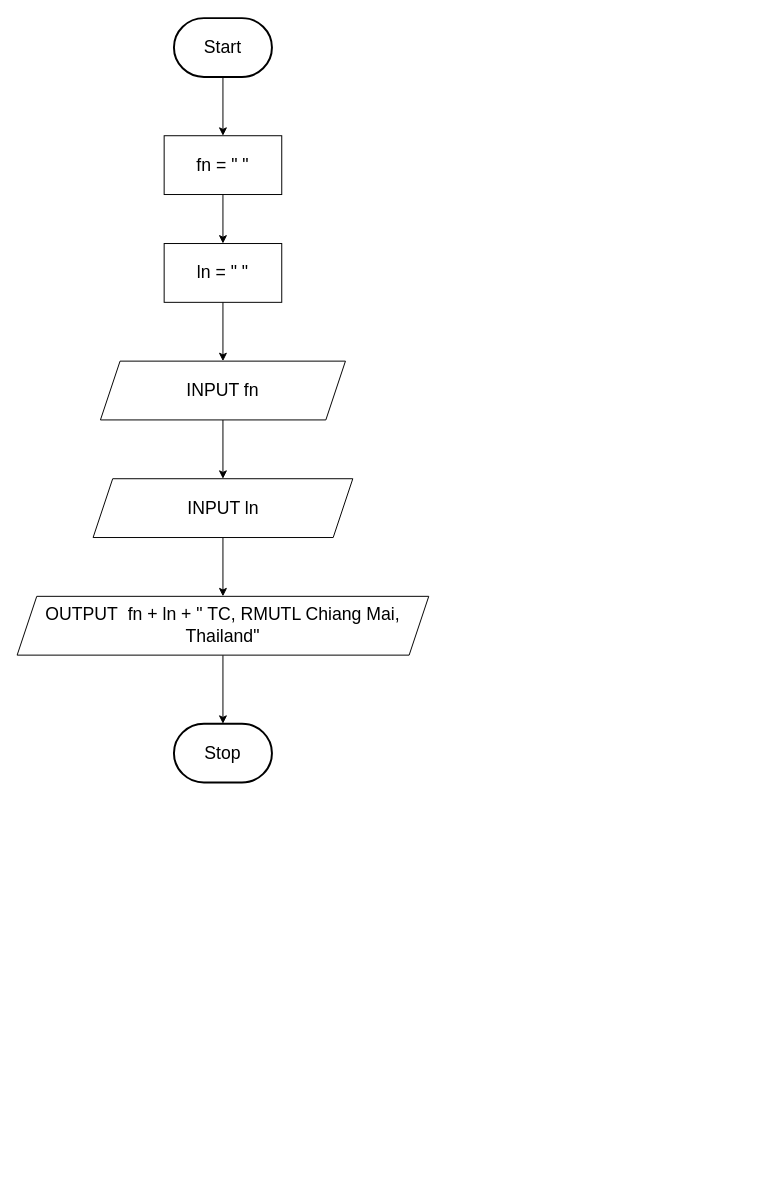
Earlier version of the draw.io diagram Homework/HW01/hw01-3.drawio (sarawut5555/ENGCE117). Source tidied: cells renumbered, new cells numbered last; positions are measured from the earlier drawing's top-left corner, leaving out a move shared by most shapes. Both pictures are drawn from the tidied source at 98%, with x=0, y=0 at pixel (17, 18).
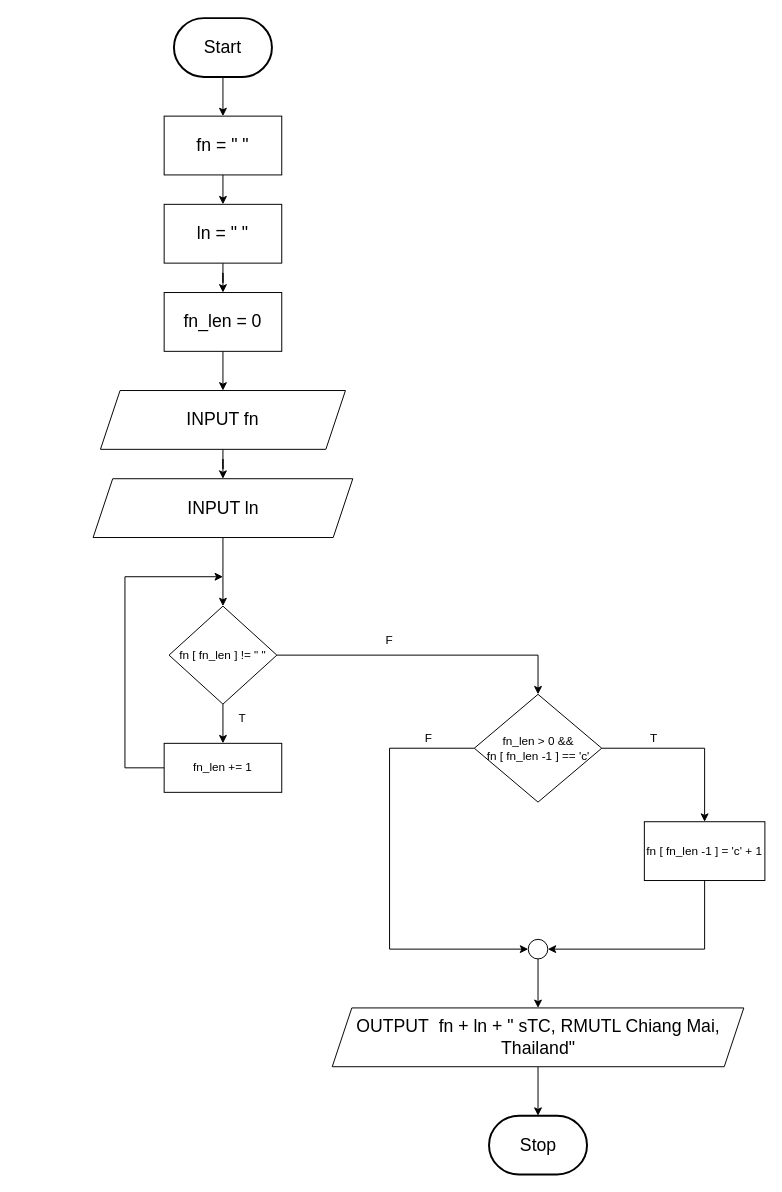
The same page after the edit.

The change refers to these unchanged cells:
```xml
<mxCell id="7" value="INPUT ln" style="shape=parallelogram;perimeter=parallelogramPerimeter;whiteSpace=wrap;html=1;fixedSize=1;fontSize=18;" parent="1" vertex="1">
  <mxGeometry x="77.5" y="470" width="265" height="60" as="geometry" />
</mxCell>
```

The edit, as a diff of the source:
```diff
@@
     <mxCell id="3" value="Stop" style="strokeWidth=2;html=1;shape=mxgraph.flowchart.terminator;whiteSpace=wrap;fontSize=18;" parent="1" vertex="1">
-      <mxGeometry x="160" y="720" width="100" height="60" as="geometry" />
+      <mxGeometry x="481.5" y="1120" width="100" height="60" as="geometry" />
     </mxCell>
@@
     <mxCell id="5" value="INPUT fn" style="shape=parallelogram;perimeter=parallelogramPerimeter;whiteSpace=wrap;html=1;fixedSize=1;fontSize=18;" parent="1" vertex="1">
-      <mxGeometry x="85" y="350" width="250" height="60" as="geometry" />
+      <mxGeometry x="85" y="380" width="250" height="60" as="geometry" />
     </mxCell>
-    <mxCell id="6" style="edgeStyle=orthogonalEdgeStyle;rounded=0;jettySize=auto;html=1;" parent="1" edge="1" source="7" target="9">
-      <mxGeometry relative="1" as="geometry" />
-    </mxCell>
+    <mxCell id="15" style="edgeStyle=orthogonalEdgeStyle;rounded=0;jettySize=auto;html=1;entryX=0.5;entryY=0;entryDx=0;entryDy=0;" parent="1" edge="1" source="7" target="21">
+      <mxGeometry relative="1" as="geometry" />
+    </mxCell>
@@
-    <mxCell id="9" value="&lt;font style=&quot;font-size: 18px;&quot;&gt;OUTPUT&amp;nbsp; fn + ln + &quot; TC, RMUTL Chiang Mai, Thailand&quot;&lt;/font&gt;" style="shape=parallelogram;perimeter=parallelogramPerimeter;whiteSpace=wrap;html=1;fixedSize=1;fontSize=18;" parent="1" vertex="1">
-      <mxGeometry y="590" width="420" height="60" as="geometry" />
+    <mxCell id="9" value="&lt;font style=&quot;font-size: 18px;&quot;&gt;OUTPUT&amp;nbsp; fn + ln + &quot; sTC, RMUTL Chiang Mai, Thailand&quot;&lt;/font&gt;" style="shape=parallelogram;perimeter=parallelogramPerimeter;whiteSpace=wrap;html=1;fixedSize=1;fontSize=18;" parent="1" vertex="1">
+      <mxGeometry x="321.5" y="1010" width="420" height="60" as="geometry" />
     </mxCell>
     <mxCell id="10" value="fn = &quot; &quot;" style="rounded=0;whiteSpace=wrap;html=1;fontSize=18;" parent="1" vertex="1">
-      <mxGeometry x="150" y="120" width="120" height="60" as="geometry" />
+      <mxGeometry x="150" y="100" width="120" height="60" as="geometry" />
     </mxCell>
+    <mxCell id="16" style="edgeStyle=orthogonalEdgeStyle;rounded=0;jettySize=auto;html=1;entryX=0.5;entryY=0;entryDx=0;entryDy=0;" parent="1" edge="1" source="11" target="18">
+      <mxGeometry relative="1" as="geometry" />
+    </mxCell>
     <mxCell id="11" value="ln = &quot; &quot;" style="rounded=0;whiteSpace=wrap;html=1;fontSize=18;" parent="1" vertex="1">
-      <mxGeometry x="150" y="230" width="120" height="60" as="geometry" />
+      <mxGeometry x="150" y="190" width="120" height="60" as="geometry" />
     </mxCell>
@@
-    <mxCell id="14" style="endArrow=classic;html=1;rounded=0;entryX=0.5;entryY=0;entryDx=0;entryDy=0;exitX=0.5;exitY=1;exitDx=0;exitDy=0;" parent="1" edge="1" source="11" target="5">
-      <mxGeometry relative="1" as="geometry" />
-    </mxCell>
+    <mxCell id="17" style="edgeStyle=orthogonalEdgeStyle;rounded=0;jettySize=auto;html=1;entryX=0.5;entryY=0;entryDx=0;entryDy=0;" parent="1" edge="1" source="18" target="5">
+      <mxGeometry relative="1" as="geometry" />
+    </mxCell>
+    <mxCell id="18" value="fn_len = 0" style="rounded=0;whiteSpace=wrap;html=1;fontSize=18;" parent="1" vertex="1">
+      <mxGeometry x="150" y="280" width="120" height="60" as="geometry" />
+    </mxCell>
+    <mxCell id="19" style="edgeStyle=orthogonalEdgeStyle;rounded=0;jettySize=auto;html=1;entryX=0.5;entryY=0;entryDx=0;entryDy=0;" parent="1" edge="1" source="21" target="23">
+      <mxGeometry relative="1" as="geometry" />
+    </mxCell>
+    <mxCell id="20" style="edgeStyle=orthogonalEdgeStyle;rounded=0;jettySize=auto;html=1;entryX=0.5;entryY=0;entryDx=0;entryDy=0;" parent="1" edge="1" source="21" target="26">
+      <mxGeometry relative="1" as="geometry" />
+    </mxCell>
+    <mxCell id="21" value="fn [ fn_len ] != &quot; &quot;" style="rhombus;whiteSpace=wrap;html=1;" parent="1" vertex="1">
+      <mxGeometry x="155" y="600" width="110" height="100" as="geometry" />
+    </mxCell>
+    <mxCell id="22" style="edgeStyle=orthogonalEdgeStyle;rounded=0;jettySize=auto;html=1;" parent="1" edge="1" source="23">
+      <mxGeometry relative="1" as="geometry">
+        <mxPoint x="210" y="570" as="targetPoint" />
+        <Array as="points">
+          <mxPoint x="110" y="765" />
+          <mxPoint x="110" y="570" />
+        </Array>
+      </mxGeometry>
+    </mxCell>
+    <mxCell id="23" value="fn_len += 1" style="rounded=0;whiteSpace=wrap;html=1;" parent="1" vertex="1">
+      <mxGeometry x="150" y="740" width="120" height="50" as="geometry" />
+    </mxCell>
+    <mxCell id="24" style="edgeStyle=orthogonalEdgeStyle;rounded=0;jettySize=auto;html=1;entryX=0.5;entryY=0;entryDx=0;entryDy=0;exitX=1;exitY=0.5;exitDx=0;exitDy=0;" parent="1" edge="1" source="26" target="28">
+      <mxGeometry relative="1" as="geometry" />
+    </mxCell>
+    <mxCell id="25" style="edgeStyle=orthogonalEdgeStyle;rounded=0;jettySize=auto;html=1;entryX=0;entryY=0.5;entryDx=0;entryDy=0;exitX=0;exitY=0.5;exitDx=0;exitDy=0;" parent="1" edge="1" source="26" target="30">
+      <mxGeometry relative="1" as="geometry">
+        <Array as="points">
+          <mxPoint x="380" y="745" />
+          <mxPoint x="380" y="950" />
+        </Array>
+      </mxGeometry>
+    </mxCell>
+    <mxCell id="26" value="fn_len &amp;gt; 0 &amp;amp;&amp;amp; &lt;br&gt;fn [ fn_len -1 ] == 'c'" style="rhombus;whiteSpace=wrap;html=1;" parent="1" vertex="1">
+      <mxGeometry x="466.5" y="690" width="130" height="110" as="geometry" />
+    </mxCell>
+    <mxCell id="27" style="edgeStyle=orthogonalEdgeStyle;rounded=0;jettySize=auto;html=1;entryX=1;entryY=0.5;entryDx=0;entryDy=0;exitX=0.5;exitY=1;exitDx=0;exitDy=0;" parent="1" edge="1" source="28" target="30">
+      <mxGeometry relative="1" as="geometry" />
+    </mxCell>
+    <mxCell id="28" value="fn [ fn_len -1 ] = 'c' + 1" style="rounded=0;whiteSpace=wrap;html=1;" parent="1" vertex="1">
+      <mxGeometry x="640" y="820" width="123" height="60" as="geometry" />
+    </mxCell>
+    <mxCell id="29" style="edgeStyle=orthogonalEdgeStyle;rounded=0;jettySize=auto;html=1;entryX=0.5;entryY=0;entryDx=0;entryDy=0;" parent="1" edge="1" source="30" target="9">
+      <mxGeometry relative="1" as="geometry" />
+    </mxCell>
+    <mxCell id="30" style="ellipse;whiteSpace=wrap;html=1;" parent="1" vertex="1">
+      <mxGeometry x="521.5" y="940" width="20" height="20" as="geometry" />
+    </mxCell>
+    <mxCell id="31" value="T" style="text;html=1;strokeColor=none;fillColor=none;align=center;verticalAlign=middle;whiteSpace=wrap;rounded=0;" parent="1" vertex="1">
+      <mxGeometry x="620" y="720" width="60" height="30" as="geometry" />
+    </mxCell>
+    <mxCell id="32" value="F" style="text;html=1;strokeColor=none;fillColor=none;align=center;verticalAlign=middle;whiteSpace=wrap;rounded=0;" parent="1" vertex="1">
+      <mxGeometry x="390" y="720" width="60" height="30" as="geometry" />
+    </mxCell>
+    <mxCell id="33" value="T" style="text;html=1;strokeColor=none;fillColor=none;align=center;verticalAlign=middle;whiteSpace=wrap;rounded=0;" parent="1" vertex="1">
+      <mxGeometry x="200" y="700" width="60" height="30" as="geometry" />
+    </mxCell>
+    <mxCell id="34" value="F" style="text;html=1;strokeColor=none;fillColor=none;align=center;verticalAlign=middle;whiteSpace=wrap;rounded=0;" parent="1" vertex="1">
+      <mxGeometry x="350" y="620" width="60" height="30" as="geometry" />
+    </mxCell>
```
